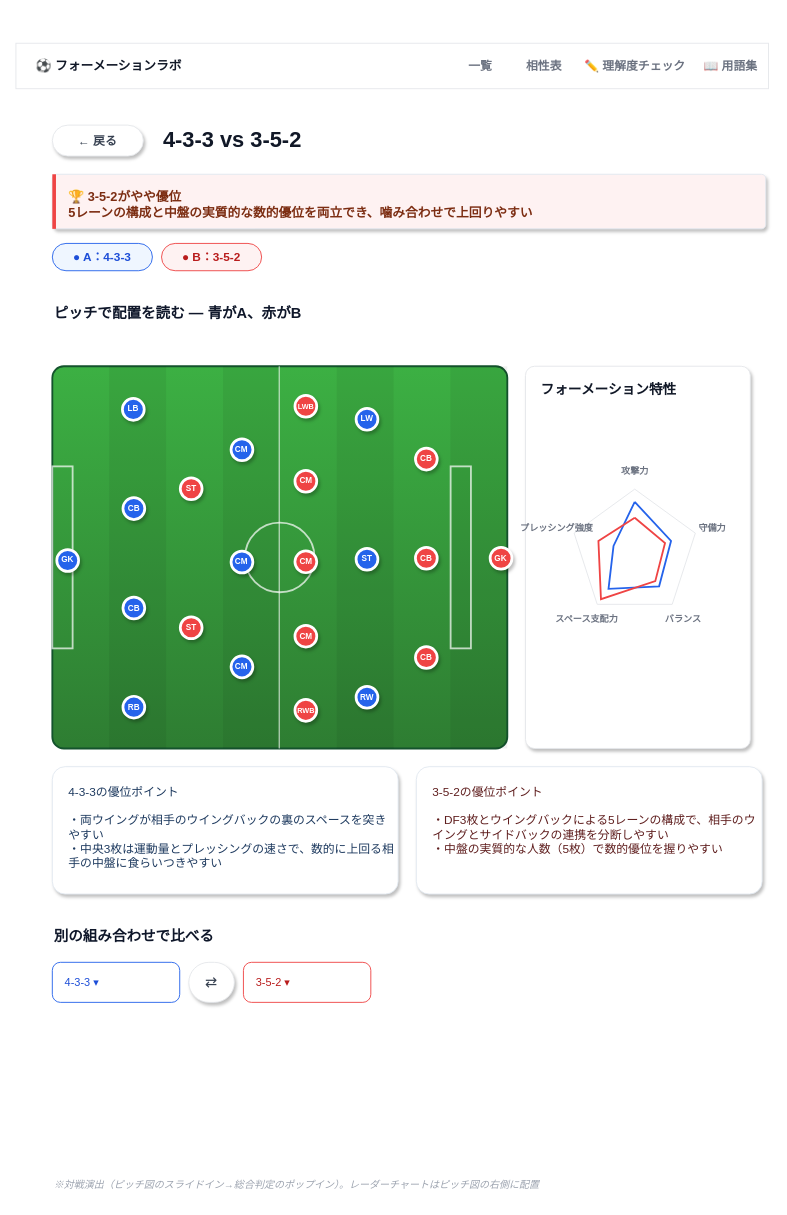
n-yata/soccer-sim keeps this draw.io diagram as page "wireframe-comparison" (2 of 8) of docs/specs/2_basic-design/wireframes.drawio. Above is the earlier version. Source tidied: cells renumbered, new cells numbered last; positions are measured from the earlier drawing's top-left corner, leaving out a move shared by most shapes. Both pictures are drawn from the tidied source at 91%, with x=0, y=0 at pixel (15, 43).
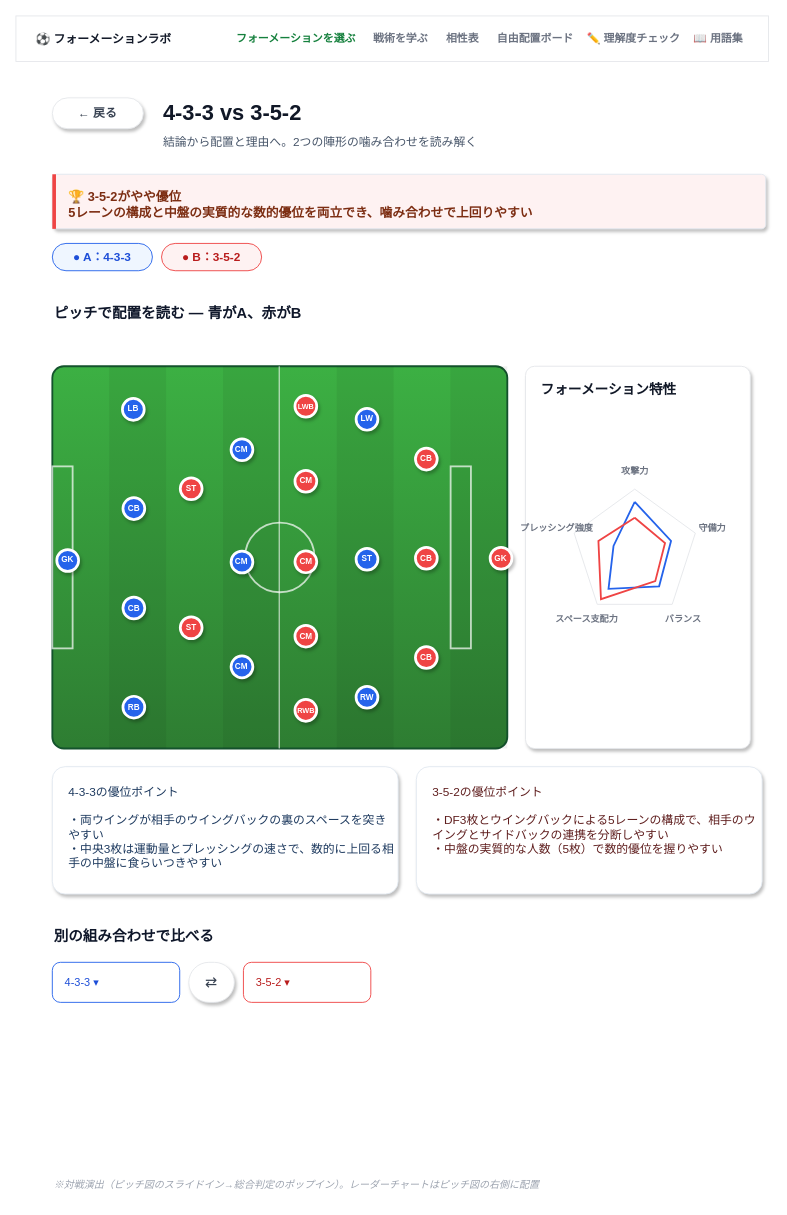
The same diagram, later.

What changed in the source:
```diff
@@
     <mxCell id="2" style="rounded=0;whiteSpace=wrap;html=1;fillColor=#FFFFFF;strokeColor=#E5E7EB;strokeWidth=1;" parent="1" vertex="1">
-      <mxGeometry width="827" height="50" as="geometry" />
+      <mxGeometry y="-30" width="827" height="50" as="geometry" />
     </mxCell>
-    <mxCell id="3" value="⚽ フォーメーションラボ" style="text;html=1;fontSize=14;fontStyle=1;align=left;verticalAlign=middle;fontColor=#111827;" parent="1" vertex="1">
-      <mxGeometry x="20" y="13" width="220" height="24" as="geometry" />
+    <mxCell id="3" value="⚽ フォーメーションラボ" style="text;html=1;fontSize=13;fontStyle=1;align=left;verticalAlign=middle;fontColor=#111827;whiteSpace=wrap;" parent="1" vertex="1">
+      <mxGeometry x="20" y="-17" width="160" height="24" as="geometry" />
     </mxCell>
-    <mxCell id="4" value="一覧" style="text;html=1;fontSize=13;fontStyle=1;align=center;verticalAlign=middle;fontColor=#6B7280;" parent="1" vertex="1">
-      <mxGeometry x="480" y="13" width="60" height="24" as="geometry" />
+    <mxCell id="4" value="フォーメーションを選ぶ" style="text;html=1;fontSize=12;fontStyle=1;align=center;verticalAlign=middle;fontColor=#15803D;whiteSpace=wrap;" parent="1" vertex="1">
+      <mxGeometry x="235" y="-17" width="146" height="24" as="geometry" />
     </mxCell>
-    <mxCell id="5" value="相性表" style="text;html=1;fontSize=13;fontStyle=1;align=center;verticalAlign=middle;fontColor=#6B7280;" parent="1" vertex="1">
-      <mxGeometry x="550" y="13" width="60" height="24" as="geometry" />
+    <mxCell id="5" value="戦術を学ぶ" style="text;html=1;fontSize=12;fontStyle=1;align=center;verticalAlign=middle;fontColor=#6B7280;whiteSpace=wrap;" parent="1" vertex="1">
+      <mxGeometry x="385" y="-17" width="76" height="24" as="geometry" />
     </mxCell>
-    <mxCell id="6" value="✏️ 理解度チェック" style="text;html=1;fontSize=13;fontStyle=1;align=center;verticalAlign=middle;fontColor=#6B7280;" parent="1" vertex="1">
-      <mxGeometry x="620" y="13" width="120" height="24" as="geometry" />
+    <mxCell id="6" value="相性表" style="text;html=1;fontSize=12;fontStyle=1;align=center;verticalAlign=middle;fontColor=#6B7280;whiteSpace=wrap;" parent="1" vertex="1">
+      <mxGeometry x="465" y="-17" width="52" height="24" as="geometry" />
     </mxCell>
-    <mxCell id="7" value="📖 用語集" style="text;html=1;fontSize=13;fontStyle=1;align=center;verticalAlign=middle;fontColor=#6B7280;" parent="1" vertex="1">
-      <mxGeometry x="740" y="13" width="90" height="24" as="geometry" />
+    <mxCell id="7" value="自由配置ボード" style="text;html=1;fontSize=12;fontStyle=1;align=center;verticalAlign=middle;fontColor=#6B7280;whiteSpace=wrap;" parent="1" vertex="1">
+      <mxGeometry x="521" y="-17" width="100" height="24" as="geometry" />
     </mxCell>
+    <mxCell id="63" value="✏️ 理解度チェック" style="text;html=1;fontSize=12;fontStyle=1;align=center;verticalAlign=middle;fontColor=#6B7280;whiteSpace=wrap;" parent="1" vertex="1">
+      <mxGeometry x="625" y="-17" width="108" height="24" as="geometry" />
+    </mxCell>
+    <mxCell id="64" value="📖 用語集" style="text;html=1;fontSize=12;fontStyle=1;align=center;verticalAlign=middle;fontColor=#6B7280;whiteSpace=wrap;" parent="1" vertex="1">
+      <mxGeometry x="737" y="-17" width="70" height="24" as="geometry" />
+    </mxCell>
     <mxCell id="8" value="← 戻る" style="rounded=1;arcSize=50;whiteSpace=wrap;html=1;fillColor=#FFFFFF;strokeColor=#E5E7EB;shadow=1;fontSize=13;fontColor=#374151;fontStyle=1;" parent="1" vertex="1">
-      <mxGeometry x="40" y="90" width="100" height="34" as="geometry" />
+      <mxGeometry x="40" y="60" width="100" height="34" as="geometry" />
     </mxCell>
     <mxCell id="9" value="4-3-3 vs 3-5-2" style="text;html=1;fontSize=24;fontStyle=1;align=left;verticalAlign=middle;fontColor=#111827;" parent="1" vertex="1">
-      <mxGeometry x="160" y="88" width="400" height="38" as="geometry" />
+      <mxGeometry x="160" y="58" width="400" height="38" as="geometry" />
     </mxCell>
@@
-    <mxCell id="15" value="🏆 3-5-2がやや優位&#10;5レーンの構成と中盤の実質的な数的優位を両立でき、噛み合わせで上回りやすい" style="rounded=1;arcSize=8;whiteSpace=wrap;html=1;shadow=1;fillColor=#FEF2F2;strokeColor=#E2E8F0;strokeWidth=1;align=left;verticalAlign=top;spacingTop=10;spacingLeft=16;fontSize=14;fontStyle=1;fontColor=#7C2D12;" parent="1" vertex="1">
+    <mxCell id="15" value="🏆 3-5-2がやや優位&lt;br&gt;5レーンの構成と中盤の実質的な数的優位を両立でき、噛み合わせで上回りやすい" style="rounded=1;arcSize=8;whiteSpace=wrap;html=1;shadow=1;fillColor=#FEF2F2;strokeColor=#E2E8F0;strokeWidth=1;align=left;verticalAlign=top;spacingTop=10;spacingLeft=16;fontSize=14;fontStyle=1;fontColor=#7C2D12;" parent="1" vertex="1">
       <mxGeometry x="40" y="144" width="784" height="60" as="geometry" />
     </mxCell>
@@
-    <mxCell id="58" value="4-3-3の優位ポイント&#10;&#10;・両ウイングが相手のウイングバックの裏のスペースを突きやすい&#10;・中央3枚は運動量とプレッシングの速さで、数的に上回る相手の中盤に食らいつきやすい" style="rounded=1;arcSize=10;whiteSpace=wrap;html=1;shadow=1;fillColor=#FFFFFF;strokeColor=#E2E8F0;strokeWidth=1;fontSize=13;align=left;verticalAlign=top;spacingTop=14;spacingLeft=16;fontColor=#1E3A5F;" parent="1" vertex="1">
+    <mxCell id="58" value="4-3-3の優位ポイント&lt;br&gt;&lt;br&gt;・両ウイングが相手のウイングバックの裏のスペースを突きやすい&lt;br&gt;・中央3枚は運動量とプレッシングの速さで、数的に上回る相手の中盤に食らいつきやすい" style="rounded=1;arcSize=10;whiteSpace=wrap;html=1;shadow=1;fillColor=#FFFFFF;strokeColor=#E2E8F0;strokeWidth=1;fontSize=13;align=left;verticalAlign=top;spacingTop=14;spacingLeft=16;fontColor=#1E3A5F;" parent="1" vertex="1">
       <mxGeometry x="40" y="795" width="380" height="140" as="geometry" />
     </mxCell>
-    <mxCell id="59" value="3-5-2の優位ポイント&#10;&#10;・DF3枚とウイングバックによる5レーンの構成で、相手のウイングとサイドバックの連携を分断しやすい&#10;・中盤の実質的な人数（5枚）で数的優位を握りやすい" style="rounded=1;arcSize=10;whiteSpace=wrap;html=1;shadow=1;fillColor=#FFFFFF;strokeColor=#E2E8F0;strokeWidth=1;fontSize=13;align=left;verticalAlign=top;spacingTop=14;spacingLeft=16;fontColor=#5F1E1E;" parent="1" vertex="1">
+    <mxCell id="59" value="3-5-2の優位ポイント&lt;br&gt;&lt;br&gt;・DF3枚とウイングバックによる5レーンの構成で、相手のウイングとサイドバックの連携を分断しやすい&lt;br&gt;・中盤の実質的な人数（5枚）で数的優位を握りやすい" style="rounded=1;arcSize=10;whiteSpace=wrap;html=1;shadow=1;fillColor=#FFFFFF;strokeColor=#E2E8F0;strokeWidth=1;fontSize=13;align=left;verticalAlign=top;spacingTop=14;spacingLeft=16;fontColor=#5F1E1E;" parent="1" vertex="1">
       <mxGeometry x="440" y="795" width="380" height="140" as="geometry" />
     </mxCell>
@@
+    <mxCell id="65" value="結論から配置と理由へ。2つの陣形の噛み合わせを読み解く" style="text;html=1;fontSize=13;align=left;verticalAlign=middle;fontColor=#475569;whiteSpace=wrap;" parent="1" vertex="1">
+      <mxGeometry x="160" y="96" width="640" height="24" as="geometry" />
+    </mxCell>
```
